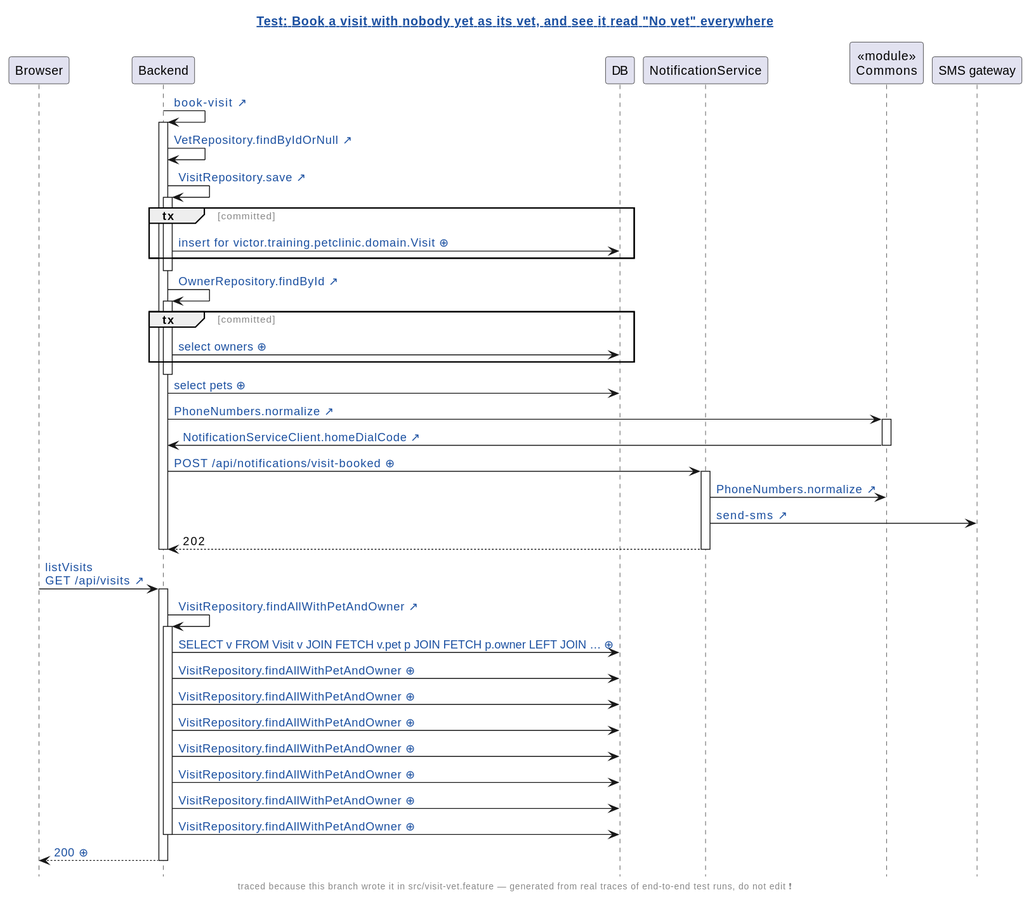
This is demo/demo/assets/diagrams/petclinic-test_generated_visit-vet.feature.book-a-visit-with-nobody-yet-as-its-vet-and-see-it-read-no-vet-everywhere.genseq.new.svg from victorrentea/human-review, a PlantUML export, as it was before one commit.
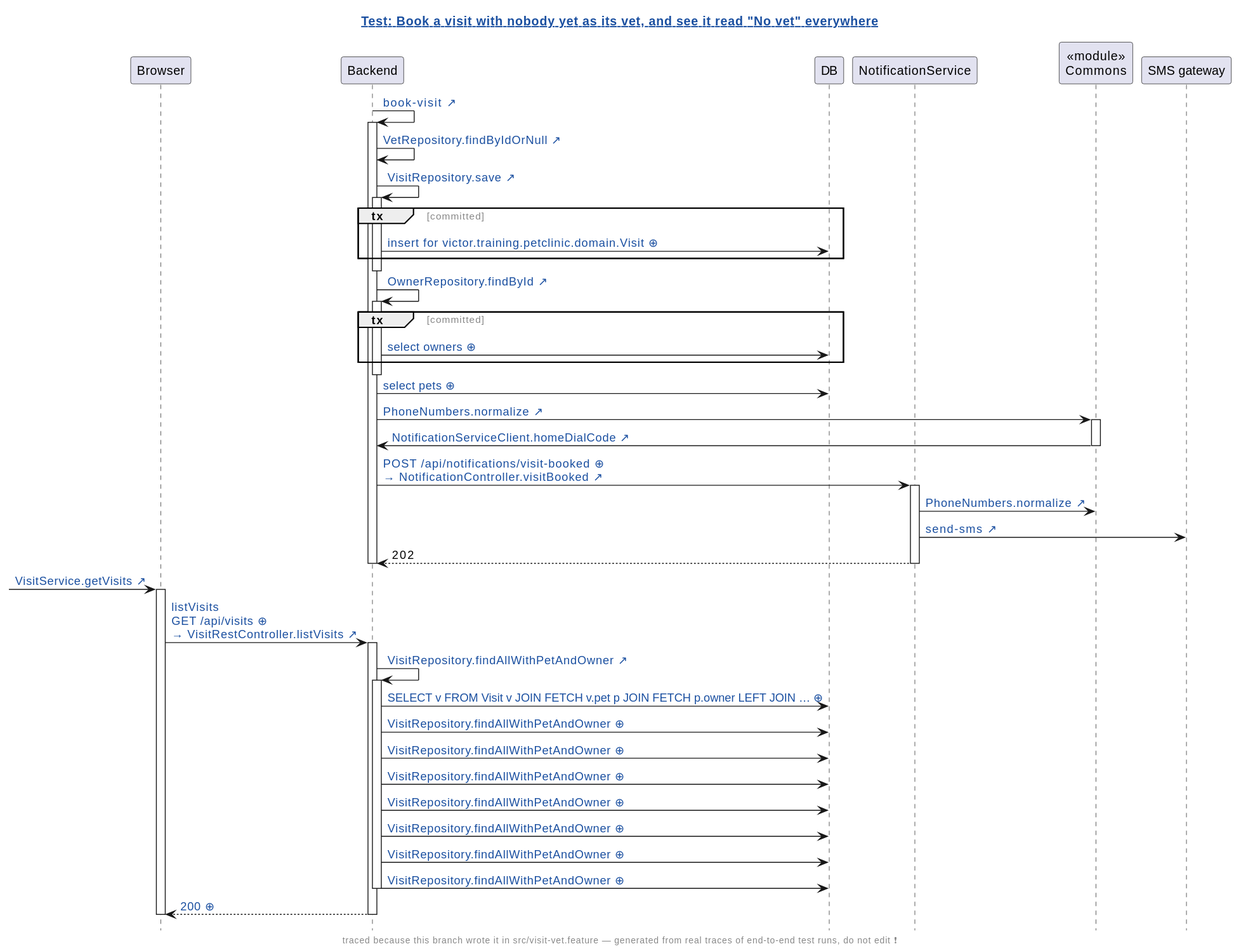
Later version of the same file.

What changed in the source:
```diff
@@ -18,7 +18,7 @@
 Backend -> Backend: [[src://petclinic-backend/src/main/java/victor/training/petclinic/repository/VisitRepository.java:14{Click to open VisitRepository.save} VisitRepository.save ↗]]
 activate Backend
 group tx [committed]
-Backend -> DB: [[genseq://1hc65b8{Click for the statement behind this call} insert for victor.training.petclinic.domain.Visit ⊕]]
+Backend -> DB: [[genseq://15tbf39{Click for the statement behind this call} insert for victor.training.petclinic.domain.Visit ⊕]]
 end
 deactivate Backend
 Backend -> Backend: [[src://petclinic-backend/src/main/java/victor/training/petclinic/repository/OwnerRepository.java:14{Click to open OwnerRepository.findById} OwnerRepository.findById ↗]]
@@ -32,14 +32,16 @@
 activate Commons
 Commons -> Backend: [[src://petclinic-backend/src/main/java/victor/training/petclinic/notification/NotificationServiceClient.java:45{Click to open NotificationServiceClient.homeDialCode} NotificationServiceClient.homeDialCode ↗]]
 deactivate Commons
-Backend -> NotificationService: [[genseq://1p4ogm5{Click for this call’s JSON body} POST /api/notifications/visit-booked ⊕]]
+Backend -> NotificationService: [[genseq://00gfug0{Click for the request as it was sent} POST /api/notifications/visit-booked ⊕]]\n[[src://notification-service/src/main/java/victor/training/notification/NotificationController.java:21{Click to open NotificationController.visitBooked} → NotificationController.visitBooked ↗]]
 activate NotificationService
 NotificationService -> Commons: [[src://petclinic-commons/src/main/java/victor/training/commons/PhoneNumbers.java:8{Click to open PhoneNumbers.normalize} PhoneNumbers.normalize ↗]]
 NotificationService -> "SMS gateway": [[src://notification-service/src/main/java/victor/training/notification/SmsGateway.java:23{Click to open SmsGateway.send} send-sms ↗]]
 NotificationService --> Backend: 202
 deactivate NotificationService
 deactivate Backend
-Browser -> Backend: [[src://petclinic-frontend/src/app/visits/visits-page/visits-page.component.ts:21{Click to open the line that sent this request: visits-page.component.ts:21} listVisits\nGET /api/visits ↗]]
+[-> Browser: [[src://petclinic-frontend/src/app/visits/visits-page/visits-page.component.ts:21{Click to open the line that sent this request: visits-page.component.ts:21} VisitService.getVisits ↗]]
+activate Browser
+Browser -> Backend: [[genseq://01wssvh{Click for the request as it was sent} listVisits\nGET /api/visits ⊕]]\n[[src://petclinic-backend/src/main/java/victor/training/petclinic/rest/VisitRestController.java:47{Click to open VisitRestController.listVisits} → VisitRestController.listVisits ↗]]
 activate Backend
 Backend -> Backend: [[src://petclinic-backend/src/main/java/victor/training/petclinic/repository/VisitRepository.java:19{Click to open VisitRepository.findAllWithPetAndOwner} VisitRepository.findAllWithPetAndOwner ↗]]
 activate Backend
@@ -54,4 +56,5 @@
 deactivate Backend
 Backend --> Browser: [[genseq://0p8wewa{Click for this call’s JSON body} 200 ⊕]]
 deactivate Backend
+deactivate Browser
 @enduml
```
